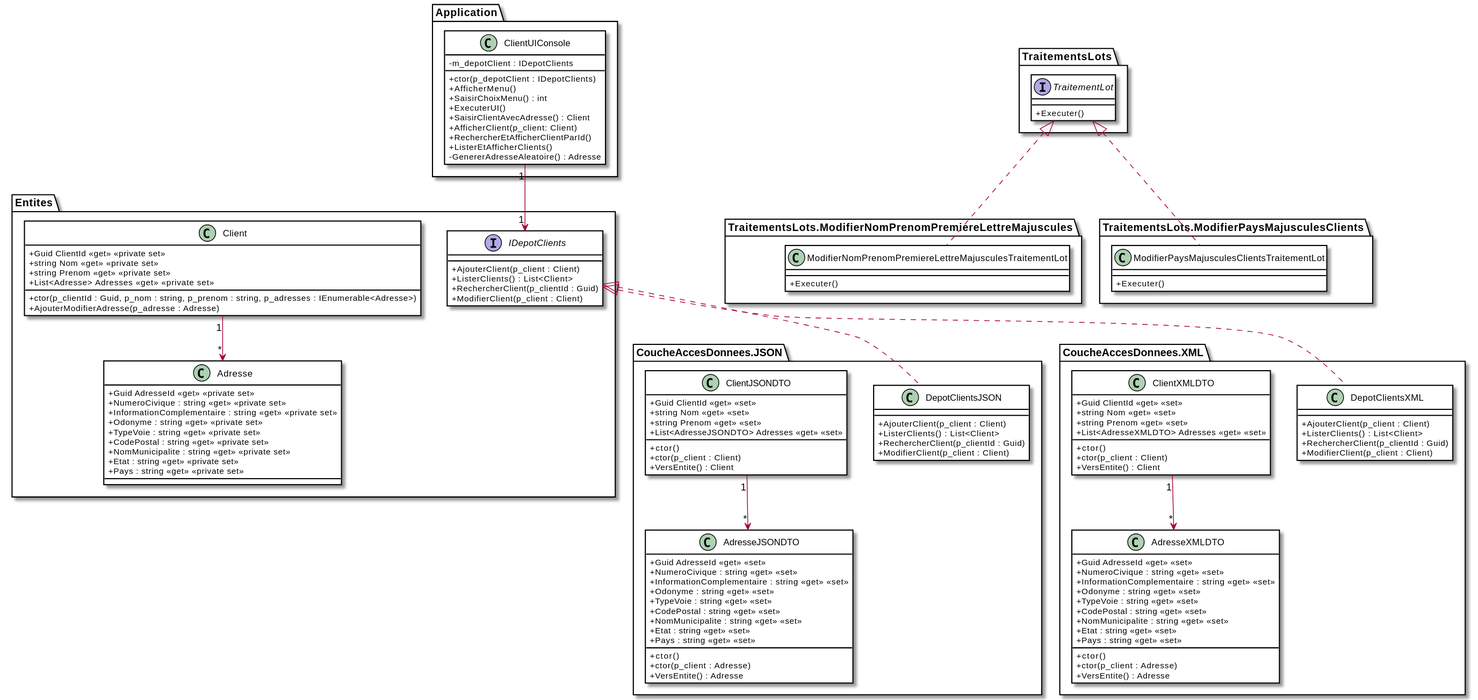
PiFou86/420-W30-SF keeps this PlantUML diagram as images/Module06_Formats_Echanges/diag/src/DiagExerciceClients/DiagClassesClients.svg. Above is the earlier version.
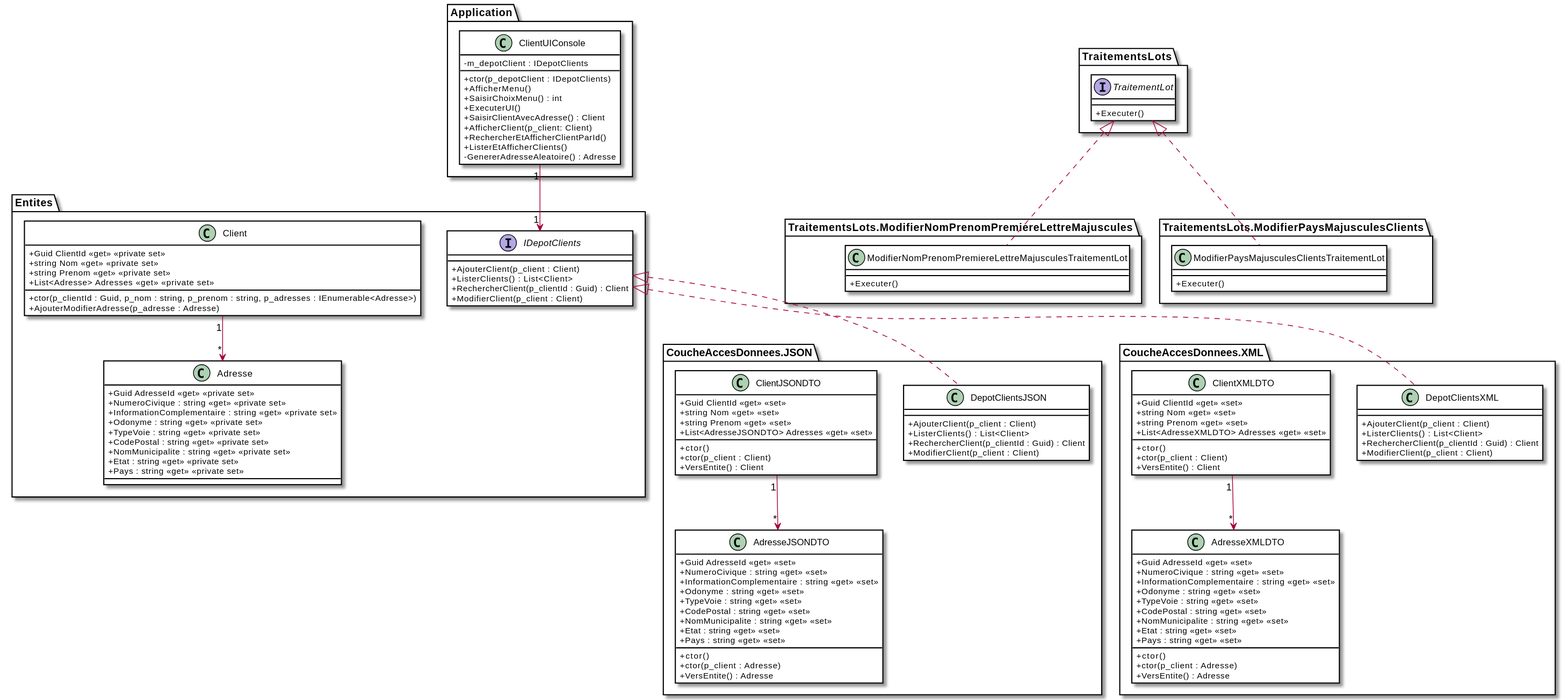
Later version of the same file.

Commit message:
Ajout type de retour sur RechercherClient

Change to the diagram source:
```diff
@@ -34,7 +34,7 @@
     interface IDepotClients {
         + AjouterClient(p_client : Client)
         + ListerClients() : List<Client>
-        + RechercherClient(p_clientId : Guid)
+        + RechercherClient(p_clientId : Guid) : Client
         + ModifierClient(p_client : Client)
     }
 }
@@ -71,7 +71,7 @@
     class DepotClientsJSON {
         + AjouterClient(p_client : Client)
         + ListerClients() : List<Client>
-        + RechercherClient(p_clientId : Guid)
+        + RechercherClient(p_clientId : Guid) : Client
         + ModifierClient(p_client : Client)
     }
 }
@@ -93,7 +93,7 @@
     class DepotClientsXML {
         + AjouterClient(p_client : Client)
         + ListerClients() : List<Client>
-        + RechercherClient(p_clientId : Guid)
+        + RechercherClient(p_clientId : Guid) : Client
         + ModifierClient(p_client : Client)
     }
 
```
